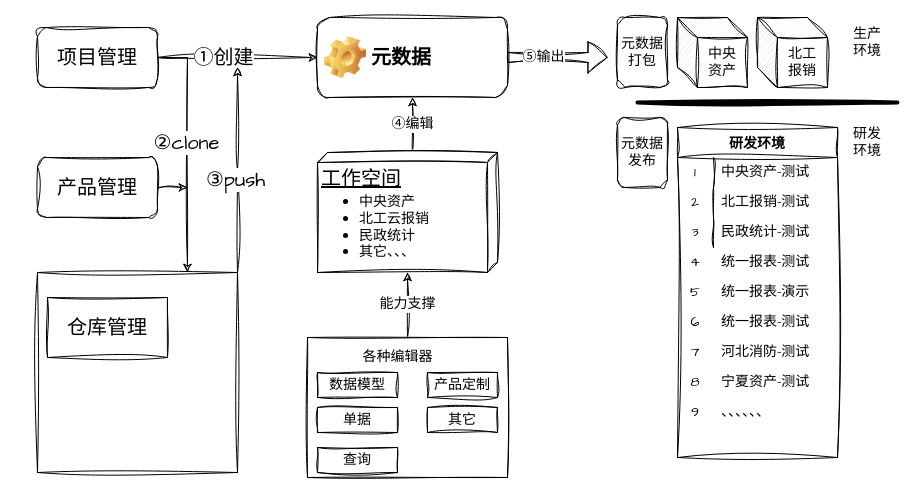
Earlier version of the draw.io diagram page "元数据管理" (3 of 3) of 轻量级业务构建体系.drawio (lornezhang66/draw.io). Source tidied: cells renumbered, new cells numbered last; positions are measured from the earlier drawing's top-left corner, leaving out a move shared by most shapes. Both pictures are drawn from the tidied source at 100%, with x=0, y=0 at pixel (37, 17).
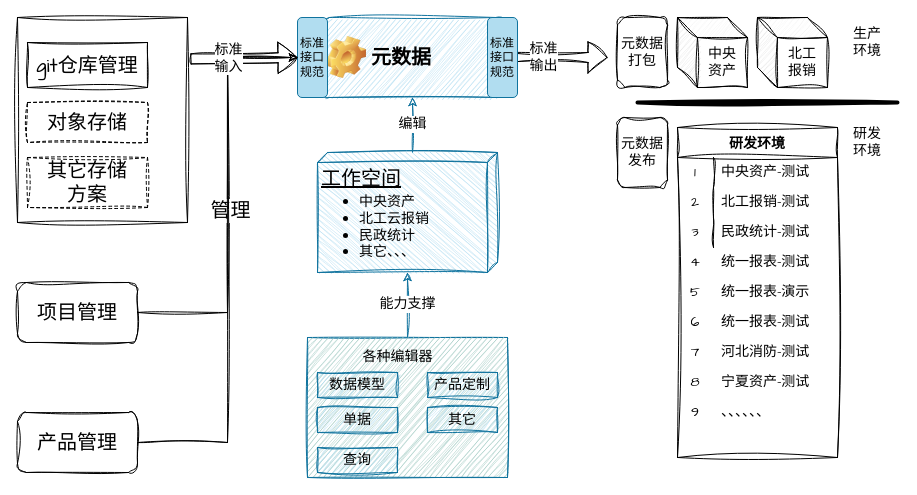
Above is the later version.

Commit message:
更新轻量级业务构建体系.drawio

Unchanged cells that the change refers to:
```xml
<mxCell id="25" style="shape=flexArrow;endArrow=classic;html=1;rounded=0;sketch=1;hachureGap=4;jiggle=2;fontFamily=Architects Daughter;fontSize=14;exitX=1;exitY=0.5;exitDx=0;exitDy=0;" parent="1" edge="1" source="13">
  <mxGeometry relative="1" as="geometry">
    <mxPoint x="570" y="40" as="targetPoint" />
  </mxGeometry>
</mxCell>
```

What changed in the source:
```diff
@@
-    <mxCell id="2" style="edgeStyle=orthogonalEdgeStyle;rounded=0;sketch=1;hachureGap=4;jiggle=2;jettySize=auto;html=1;exitX=1;exitY=0.5;exitDx=0;exitDy=0;entryX=0;entryY=0.5;entryDx=0;entryDy=0;fontFamily=Architects Daughter;fontSize=16;" parent="1" edge="1" source="6" target="13">
-      <mxGeometry relative="1" as="geometry" />
-    </mxCell>
-    <mxCell id="3" value="①创建" style="edgeLabel;html=1;align=center;verticalAlign=middle;fontSize=20;fontFamily=Architects Daughter;" parent="2" vertex="1">
-      <mxGeometry x="-0.19" y="1" relative="1" as="geometry" />
-    </mxCell>
-    <mxCell id="4" style="edgeStyle=orthogonalEdgeStyle;rounded=0;sketch=1;hachureGap=4;jiggle=2;jettySize=auto;html=1;exitX=1;exitY=0.5;exitDx=0;exitDy=0;entryX=0.75;entryY=0;entryDx=0;entryDy=0;fontFamily=Architects Daughter;fontSize=16;" parent="1" edge="1" source="6" target="11">
-      <mxGeometry relative="1" as="geometry" />
+    <mxCell id="4" style="edgeStyle=orthogonalEdgeStyle;rounded=0;sketch=1;hachureGap=4;jiggle=2;jettySize=auto;html=1;exitX=1;exitY=0.5;exitDx=0;exitDy=0;fontFamily=Architects Daughter;fontSize=16;" parent="1" edge="1" source="6">
+      <mxGeometry relative="1" as="geometry">
+        <mxPoint x="260" y="40" as="targetPoint" />
+        <Array as="points">
+          <mxPoint x="190" y="295" />
+          <mxPoint x="190" y="40" />
+        </Array>
+      </mxGeometry>
     </mxCell>
-    <mxCell id="5" value="②clone" style="edgeLabel;html=1;align=center;verticalAlign=middle;fontSize=20;fontFamily=Architects Daughter;" parent="4" vertex="1">
+    <mxCell id="5" value="管理" style="edgeLabel;html=1;align=center;verticalAlign=middle;fontSize=20;fontFamily=Architects Daughter;" parent="4" vertex="1">
       <mxGeometry x="-0.07" y="-2" relative="1" as="geometry" />
     </mxCell>
     <mxCell id="6" value="项目管理" style="rounded=1;whiteSpace=wrap;html=1;sketch=1;hachureGap=4;jiggle=2;fontFamily=Architects Daughter;fontSize=20;" parent="1" vertex="1">
-      <mxGeometry y="10" width="120" height="60" as="geometry" />
+      <mxGeometry x="-20" y="265" width="120" height="60" as="geometry" />
     </mxCell>
     <mxCell id="7" style="edgeStyle=orthogonalEdgeStyle;rounded=0;sketch=1;hachureGap=4;jiggle=2;jettySize=auto;html=1;exitX=1;exitY=0.5;exitDx=0;exitDy=0;fontFamily=Architects Daughter;fontSize=16;" parent="1" edge="1" source="8">
       <mxGeometry relative="1" as="geometry">
-        <mxPoint x="150" y="170" as="targetPoint" />
+        <mxPoint x="260" y="40" as="targetPoint" />
+        <Array as="points">
+          <mxPoint x="190" y="425" />
+          <mxPoint x="190" y="40" />
+        </Array>
       </mxGeometry>
     </mxCell>
     <mxCell id="8" value="产品管理" style="rounded=1;whiteSpace=wrap;html=1;sketch=1;hachureGap=4;jiggle=2;fontFamily=Architects Daughter;fontSize=20;" parent="1" vertex="1">
-      <mxGeometry y="140" width="120" height="60" as="geometry" />
+      <mxGeometry x="-20" y="395" width="120" height="60" as="geometry" />
     </mxCell>
-    <mxCell id="9" style="edgeStyle=orthogonalEdgeStyle;rounded=0;sketch=1;hachureGap=4;jiggle=2;jettySize=auto;html=1;exitX=1;exitY=0;exitDx=0;exitDy=0;fontFamily=Architects Daughter;fontSize=16;" parent="1" edge="1" source="11">
-      <mxGeometry relative="1" as="geometry">
-        <mxPoint x="200" y="50" as="targetPoint" />
-      </mxGeometry>
-    </mxCell>
-    <mxCell id="10" value="③push" style="edgeLabel;html=1;align=center;verticalAlign=middle;fontSize=20;fontFamily=Architects Daughter;" parent="9" vertex="1">
-      <mxGeometry x="-0.09" y="3" relative="1" as="geometry" />
-    </mxCell>
     <mxCell id="11" style="swimlane;startSize=0;sketch=1;hachureGap=4;jiggle=2;fontFamily=Architects Daughter;fontSize=20;" parent="1" vertex="1">
-      <mxGeometry y="255" width="200" height="200" as="geometry" />
+      <mxGeometry x="-20" width="170" height="205" as="geometry" />
     </mxCell>
-    <mxCell id="12" value="仓库管理" style="whiteSpace=wrap;html=1;sketch=1;hachureGap=4;jiggle=2;fontFamily=Architects Daughter;fontSize=20;" parent="11" vertex="1">
-      <mxGeometry x="10" y="25" width="120" height="60" as="geometry" />
+    <mxCell id="12" value="git仓库管理" style="whiteSpace=wrap;html=1;sketch=1;hachureGap=4;jiggle=2;fontFamily=Architects Daughter;fontSize=20;" parent="11" vertex="1">
+      <mxGeometry x="10" y="25" width="120" height="45" as="geometry" />
     </mxCell>
+    <mxCell id="62" value="对象存储" style="whiteSpace=wrap;html=1;sketch=1;hachureGap=4;jiggle=2;fontFamily=Architects Daughter;fontSize=20;dashed=1;" parent="11" vertex="1">
+      <mxGeometry x="10" y="85" width="120" height="40" as="geometry" />
+    </mxCell>
+    <mxCell id="63" value="其它存储&lt;br&gt;方案" style="whiteSpace=wrap;html=1;sketch=1;hachureGap=4;jiggle=2;fontFamily=Architects Daughter;fontSize=20;dashed=1;" parent="11" vertex="1">
+      <mxGeometry x="10" y="140" width="120" height="50" as="geometry" />
+    </mxCell>
-    <mxCell id="13" value="元数据" style="label;whiteSpace=wrap;html=1;image=img/clipart/Gear_128x128.png;sketch=1;hachureGap=4;jiggle=2;fontFamily=Architects Daughter;fontSize=20;" parent="1" vertex="1">
+    <mxCell id="13" value="元数据" style="label;whiteSpace=wrap;html=1;image=img/clipart/Gear_128x128.png;sketch=1;hachureGap=4;jiggle=2;fontFamily=Architects Daughter;fontSize=20;fillColor=#b1ddf0;strokeColor=#10739e;" parent="1" vertex="1">
       <mxGeometry x="280" width="190" height="80" as="geometry" />
     </mxCell>
-    <mxCell id="14" value="④编辑" style="edgeStyle=orthogonalEdgeStyle;rounded=0;sketch=1;hachureGap=4;jiggle=2;jettySize=auto;html=1;exitX=0;exitY=0;exitDx=0;exitDy=85;exitPerimeter=0;entryX=0.5;entryY=1;entryDx=0;entryDy=0;fontFamily=Architects Daughter;fontSize=14;" parent="1" edge="1" source="15" target="13">
+    <mxCell id="14" value="编辑" style="edgeStyle=orthogonalEdgeStyle;rounded=0;sketch=1;hachureGap=4;jiggle=2;jettySize=auto;html=1;exitX=0;exitY=0;exitDx=0;exitDy=85;exitPerimeter=0;entryX=0.5;entryY=1;entryDx=0;entryDy=0;fontFamily=Architects Daughter;fontSize=14;fillColor=#b1ddf0;strokeColor=#10739e;" parent="1" edge="1" source="15" target="13">
       <mxGeometry relative="1" as="geometry" />
     </mxCell>
-    <mxCell id="15" value="工作空间" style="verticalAlign=top;align=left;spacingTop=8;spacingLeft=2;spacingRight=12;shape=cube;size=10;direction=south;fontStyle=4;html=1;sketch=1;hachureGap=4;jiggle=2;fontFamily=Architects Daughter;fontSize=20;" parent="1" vertex="1">
+    <mxCell id="15" value="工作空间" style="verticalAlign=top;align=left;spacingTop=8;spacingLeft=2;spacingRight=12;shape=cube;size=10;direction=south;fontStyle=4;html=1;sketch=1;hachureGap=4;jiggle=2;fontFamily=Architects Daughter;fontSize=20;fillColor=#b1ddf0;strokeColor=#10739e;" parent="1" vertex="1">
       <mxGeometry x="280" y="135" width="180" height="120" as="geometry" />
     </mxCell>
-    <mxCell id="16" value="&lt;ul style=&quot;font-size: 14px;&quot;&gt;&lt;li class=&quot;relin-sentence-1668580428688 relin-sentence&quot; style=&quot;font-size: 14px;&quot;&gt;中央资产&lt;/li&gt;&lt;li style=&quot;font-size: 14px;&quot;&gt;北工云报销&lt;/li&gt;&lt;li class=&quot;relin-sentence-1668580544635 relin-sentence&quot; style=&quot;font-size: 14px;&quot;&gt;民政统计&lt;/li&gt;&lt;li class=&quot;relin-sentence-1668580544635 relin-sentence&quot; style=&quot;font-size: 14px;&quot;&gt;其它、、、&lt;/li&gt;&lt;/ul&gt;" style="text;strokeColor=none;fillColor=none;html=1;whiteSpace=wrap;verticalAlign=middle;overflow=hidden;sketch=1;hachureGap=4;jiggle=2;fontFamily=Architects Daughter;fontSize=14;" parent="1" vertex="1">
+    <mxCell id="16" value="&lt;ul style=&quot;font-size: 14px;&quot;&gt;&lt;li class=&quot;relin-sentence-1668580428688 relin-sentence&quot; style=&quot;font-size: 14px;&quot;&gt;中央资产&lt;/li&gt;&lt;li style=&quot;font-size: 14px;&quot;&gt;北工云报销&lt;/li&gt;&lt;li class=&quot;relin-sentence-1668580544635 relin-sentence&quot; style=&quot;font-size: 14px;&quot;&gt;民政统计&lt;/li&gt;&lt;li class=&quot;relin-sentence-1668580544635 relin-sentence&quot; style=&quot;font-size: 14px;&quot;&gt;其它、、、&lt;/li&gt;&lt;/ul&gt;" style="text;fillColor=none;html=1;whiteSpace=wrap;verticalAlign=middle;overflow=hidden;sketch=1;hachureGap=4;jiggle=2;fontFamily=Architects Daughter;fontSize=14;" parent="1" vertex="1">
       <mxGeometry x="280" y="160" width="120" height="95" as="geometry" />
     </mxCell>
-    <mxCell id="17" value="能力支撑" style="edgeStyle=orthogonalEdgeStyle;rounded=0;sketch=1;hachureGap=4;jiggle=2;jettySize=auto;html=1;exitX=0.5;exitY=0;exitDx=0;exitDy=0;entryX=0.75;entryY=1;entryDx=0;entryDy=0;fontFamily=Architects Daughter;fontSize=14;" parent="1" edge="1" source="18" target="16">
+    <mxCell id="17" value="能力支撑" style="edgeStyle=orthogonalEdgeStyle;rounded=0;sketch=1;hachureGap=4;jiggle=2;jettySize=auto;html=1;exitX=0.5;exitY=0;exitDx=0;exitDy=0;entryX=0.75;entryY=1;entryDx=0;entryDy=0;fontFamily=Architects Daughter;fontSize=14;fillColor=#b1ddf0;strokeColor=#10739e;" parent="1" edge="1" source="18" target="16">
       <mxGeometry relative="1" as="geometry" />
     </mxCell>
-    <mxCell id="18" style="swimlane;startSize=0;sketch=1;hachureGap=4;jiggle=2;fontFamily=Architects Daughter;fontSize=14;" parent="1" vertex="1">
+    <mxCell id="18" style="swimlane;startSize=0;sketch=1;hachureGap=4;jiggle=2;fontFamily=Architects Daughter;fontSize=14;fillColor=#b1ddf0;strokeColor=#10739e;swimlaneFillColor=#9AC7BF;" parent="1" vertex="1">
       <mxGeometry x="270" y="320" width="200" height="140" as="geometry" />
     </mxCell>
-    <mxCell id="19" value="数据模型" style="whiteSpace=wrap;html=1;sketch=1;hachureGap=4;jiggle=2;fontFamily=Architects Daughter;fontSize=14;" parent="18" vertex="1">
+    <mxCell id="19" value="数据模型" style="whiteSpace=wrap;html=1;sketch=1;hachureGap=4;jiggle=2;fontFamily=Architects Daughter;fontSize=14;fillColor=#b1ddf0;strokeColor=#10739e;" parent="18" vertex="1">
       <mxGeometry x="10" y="35" width="80" height="25" as="geometry" />
     </mxCell>
-    <mxCell id="20" value="单据" style="whiteSpace=wrap;html=1;sketch=1;hachureGap=4;jiggle=2;fontFamily=Architects Daughter;fontSize=14;" parent="18" vertex="1">
+    <mxCell id="20" value="单据" style="whiteSpace=wrap;html=1;sketch=1;hachureGap=4;jiggle=2;fontFamily=Architects Daughter;fontSize=14;fillColor=#b1ddf0;strokeColor=#10739e;" parent="18" vertex="1">
       <mxGeometry x="10" y="70" width="80" height="25" as="geometry" />
     </mxCell>
-    <mxCell id="21" value="查询" style="whiteSpace=wrap;html=1;sketch=1;hachureGap=4;jiggle=2;fontFamily=Architects Daughter;fontSize=14;" parent="18" vertex="1">
+    <mxCell id="21" value="查询" style="whiteSpace=wrap;html=1;sketch=1;hachureGap=4;jiggle=2;fontFamily=Architects Daughter;fontSize=14;fillColor=#b1ddf0;strokeColor=#10739e;" parent="18" vertex="1">
       <mxGeometry x="10" y="110" width="80" height="25" as="geometry" />
     </mxCell>
-    <mxCell id="22" value="产品定制" style="whiteSpace=wrap;html=1;sketch=1;hachureGap=4;jiggle=2;fontFamily=Architects Daughter;fontSize=14;" parent="18" vertex="1">
+    <mxCell id="22" value="产品定制" style="whiteSpace=wrap;html=1;sketch=1;hachureGap=4;jiggle=2;fontFamily=Architects Daughter;fontSize=14;fillColor=#b1ddf0;strokeColor=#10739e;" parent="18" vertex="1">
       <mxGeometry x="120" y="35" width="70" height="25" as="geometry" />
     </mxCell>
-    <mxCell id="23" value="其它" style="whiteSpace=wrap;html=1;sketch=1;hachureGap=4;jiggle=2;fontFamily=Architects Daughter;fontSize=14;" parent="18" vertex="1">
+    <mxCell id="23" value="其它" style="whiteSpace=wrap;html=1;sketch=1;hachureGap=4;jiggle=2;fontFamily=Architects Daughter;fontSize=14;fillColor=#b1ddf0;strokeColor=#10739e;" parent="18" vertex="1">
       <mxGeometry x="120" y="70" width="70" height="25" as="geometry" />
     </mxCell>
-    <mxCell id="24" value="各种编辑器" style="text;html=1;align=center;verticalAlign=middle;strokeColor=none;fillColor=none;fontSize=14;fontFamily=Architects Daughter;sketch=1;hachureGap=4;jiggle=2;" parent="1" vertex="1">
+    <mxCell id="24" value="各种编辑器" style="text;html=1;align=center;verticalAlign=middle;fillColor=none;fontSize=14;fontFamily=Architects Daughter;sketch=1;hachureGap=4;jiggle=2;" parent="1" vertex="1">
       <mxGeometry x="315" y="325" width="90" height="30" as="geometry" />
     </mxCell>
@@
-    <mxCell id="26" value="⑤输出" style="edgeLabel;html=1;align=center;verticalAlign=middle;fontSize=14;fontFamily=Architects Daughter;" parent="25" vertex="1">
+    <mxCell id="26" value="标准&lt;br&gt;输出" style="edgeLabel;html=1;align=center;verticalAlign=middle;fontSize=14;fontFamily=Architects Daughter;" parent="25" vertex="1">
       <mxGeometry x="-0.3" y="1" relative="1" as="geometry" />
     </mxCell>
@@
+    <mxCell id="64" value="标准接口&lt;br&gt;规范" style="rounded=1;whiteSpace=wrap;html=1;fillColor=#b1ddf0;strokeColor=#10739e;" parent="1" vertex="1">
+      <mxGeometry x="260" width="30" height="80" as="geometry" />
+    </mxCell>
+    <mxCell id="65" style="shape=flexArrow;endArrow=classic;html=1;rounded=0;labelBackgroundColor=default;sketch=1;hachureGap=4;jiggle=2;strokeColor=default;strokeWidth=1;fontFamily=Architects Daughter;fontSize=16;fontColor=default;fillColor=none;entryX=0;entryY=0.5;entryDx=0;entryDy=0;exitX=1.018;exitY=0.202;exitDx=0;exitDy=0;exitPerimeter=0;" parent="1" edge="1" source="11" target="64">
+      <mxGeometry relative="1" as="geometry" />
+    </mxCell>
+    <mxCell id="66" value="标准&lt;br style=&quot;font-size: 14px;&quot;&gt;输入" style="edgeLabel;html=1;align=center;verticalAlign=middle;fontSize=14;fontFamily=Architects Daughter;fontColor=default;" parent="65" vertex="1">
+      <mxGeometry x="-0.61" y="-3" relative="1" as="geometry">
+        <mxPoint x="16" y="-4" as="offset" />
+      </mxGeometry>
+    </mxCell>
+    <mxCell id="67" value="标准接口&lt;br&gt;规范" style="rounded=1;whiteSpace=wrap;html=1;fillColor=#b1ddf0;strokeColor=#10739e;" parent="1" vertex="1">
+      <mxGeometry x="450" width="30" height="80" as="geometry" />
+    </mxCell>
```
